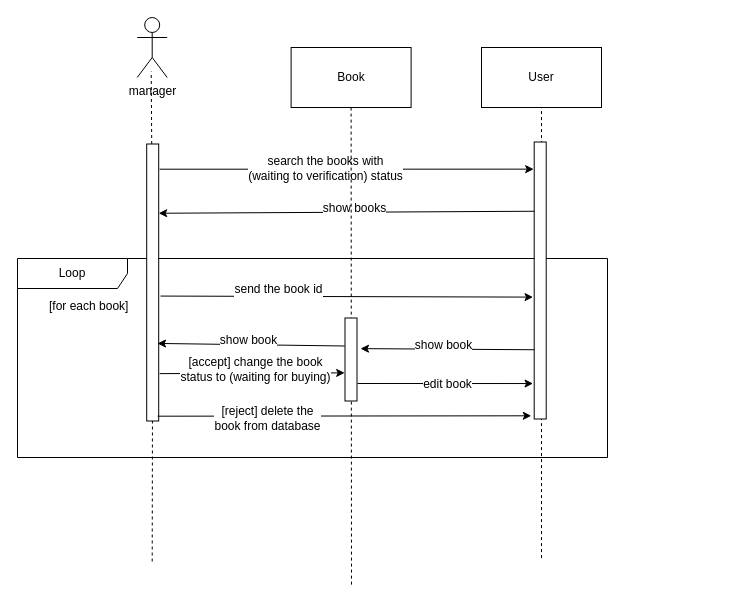
m-bassiri/HamyarApp keeps this draw.io diagram as Sequence Diagram/sequence-diagram-book-buying.drawio. Above is the earlier version. Source tidied: cells renumbered, new cells numbered last; positions are measured from the earlier drawing's top-left corner, leaving out a move shared by most shapes. Both pictures are drawn from the tidied source at 100%, with x=0, y=0 at pixel (14, 17).
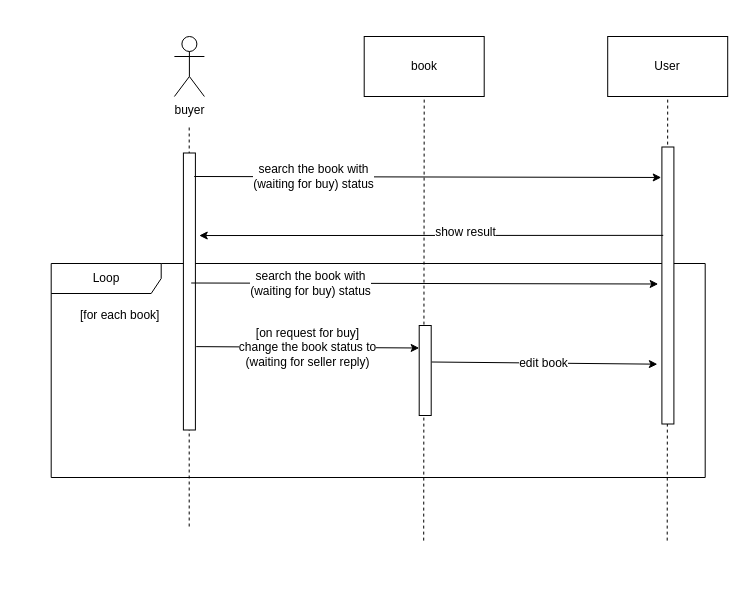
Above is the later version.

Diff of the diagram source:
```diff
@@
     <mxCell id="2" value="Loop" style="shape=umlFrame;whiteSpace=wrap;html=1;width=110;height=30;" parent="1" vertex="1">
-      <mxGeometry x="3" y="241" width="590" height="199" as="geometry" />
+      <mxGeometry x="36.7" y="246" width="654" height="214" as="geometry" />
     </mxCell>
-    <mxCell id="3" value="manager" style="shape=umlActor;verticalLabelPosition=bottom;labelBackgroundColor=#ffffff;verticalAlign=top;html=1;" parent="1" vertex="1">
-      <mxGeometry x="122.7" width="30" height="60" as="geometry" />
-    </mxCell>
-    <mxCell id="4" style="endArrow=none;dashed=1;html=1;" parent="1" edge="1" source="5">
-      <mxGeometry relative="1" as="geometry">
-        <mxPoint x="136.7" y="54" as="targetPoint" />
-      </mxGeometry>
-    </mxCell>
-    <mxCell id="5" style="rounded=0;whiteSpace=wrap;html=1;rotation=-90;" parent="1" vertex="1">
-      <mxGeometry x="-0.3" y="259" width="277" height="12" as="geometry" />
-    </mxCell>
-    <mxCell id="6" style="endArrow=none;dashed=1;html=1;" parent="1" edge="1" target="5">
-      <mxGeometry relative="1" as="geometry">
-        <mxPoint x="137.7" y="544" as="sourcePoint" />
-      </mxGeometry>
-    </mxCell>
+    <mxCell id="30" value="buyer" style="shape=umlActor;verticalLabelPosition=bottom;labelBackgroundColor=#ffffff;verticalAlign=top;html=1;" parent="1" vertex="1">
+      <mxGeometry x="159.9" y="19" width="30" height="60" as="geometry" />
+    </mxCell>
+    <mxCell id="31" style="endArrow=none;dashed=1;html=1;" parent="1" edge="1">
+      <mxGeometry relative="1" as="geometry">
+        <mxPoint x="174.7" y="509" as="sourcePoint" />
+        <mxPoint x="174.7" y="109" as="targetPoint" />
+      </mxGeometry>
+    </mxCell>
+    <mxCell id="32" value="book" style="rounded=0;whiteSpace=wrap;html=1;" parent="1" vertex="1">
+      <mxGeometry x="349.7" y="19" width="120" height="60" as="geometry" />
+    </mxCell>
+    <mxCell id="33" style="endArrow=none;dashed=1;html=1;entryX=0.5;entryY=1;entryDx=0;entryDy=0;" parent="1" edge="1" target="32">
+      <mxGeometry relative="1" as="geometry">
+        <mxPoint x="409.2" y="523.1" as="sourcePoint" />
+      </mxGeometry>
+    </mxCell>
+    <mxCell id="34" style="rounded=0;whiteSpace=wrap;html=1;rotation=-90;" parent="1" vertex="1">
+      <mxGeometry x="36.4" y="268" width="277" height="12" as="geometry" />
+    </mxCell>
+    <mxCell id="35" style="rounded=0;whiteSpace=wrap;html=1;rotation=-90;" parent="1" vertex="1">
+      <mxGeometry x="365.7" y="347" width="90" height="12" as="geometry" />
+    </mxCell>
     <mxCell id="7" value="User" style="rounded=0;whiteSpace=wrap;html=1;" parent="1" vertex="1">
-      <mxGeometry x="467" y="30" width="120" height="60" as="geometry" />
+      <mxGeometry x="593.2" y="19" width="120" height="60" as="geometry" />
     </mxCell>
-    <mxCell id="8" style="endArrow=none;dashed=1;html=1;entryX=0.5;entryY=1;entryDx=0;entryDy=0;" parent="1" edge="1" target="7">
-      <mxGeometry relative="1" as="geometry">
-        <mxPoint x="527" y="540.6" as="sourcePoint" />
-      </mxGeometry>
-    </mxCell>
-    <mxCell id="9" style="rounded=0;whiteSpace=wrap;html=1;rotation=-90;" parent="1" vertex="1">
-      <mxGeometry x="387.2" y="257" width="277" height="12" as="geometry" />
-    </mxCell>
-    <mxCell id="10" style="endArrow=classic;html=1;exitX=0.909;exitY=1.081;exitDx=0;exitDy=0;exitPerimeter=0;entryX=0.902;entryY=-0.044;entryDx=0;entryDy=0;entryPerimeter=0;" parent="1" edge="1" source="5" target="9">
-      <mxGeometry relative="1" as="geometry" />
-    </mxCell>
-    <mxCell id="11" value="search the books with &lt;br&gt;(waiting to verification)&amp;nbsp;status" style="text;html=1;align=center;verticalAlign=middle;labelBackgroundColor=#ffffff;" parent="10" vertex="1">
-      <mxGeometry x="-0.12" y="5" relative="1" as="geometry">
-        <mxPoint x="0.5" y="3.5" as="offset" />
-      </mxGeometry>
-    </mxCell>
-    <mxCell id="12" style="endArrow=classic;html=1;exitX=0.75;exitY=0;exitDx=0;exitDy=0;entryX=0.75;entryY=1;entryDx=0;entryDy=0;" parent="1" edge="1" source="9" target="5">
-      <mxGeometry relative="1" as="geometry" />
-    </mxCell>
-    <mxCell id="13" value="show books" style="text;html=1;align=center;verticalAlign=middle;labelBackgroundColor=#ffffff;" parent="12" vertex="1">
-      <mxGeometry x="-0.12" y="5" relative="1" as="geometry">
-        <mxPoint x="-15" y="-9.5" as="offset" />
-      </mxGeometry>
-    </mxCell>
-    <mxCell id="14" value="Book" style="rounded=0;whiteSpace=wrap;html=1;" parent="1" vertex="1">
-      <mxGeometry x="276.6" y="30" width="120" height="60" as="geometry" />
-    </mxCell>
-    <mxCell id="15" style="endArrow=none;dashed=1;html=1;entryX=0.5;entryY=1;entryDx=0;entryDy=0;" parent="1" edge="1" target="14">
-      <mxGeometry relative="1" as="geometry">
-        <mxPoint x="337" y="567.1" as="sourcePoint" />
-      </mxGeometry>
-    </mxCell>
+    <mxCell id="36" style="endArrow=none;dashed=1;html=1;entryX=0.5;entryY=1;entryDx=0;entryDy=0;" parent="1" edge="1" target="7">
+      <mxGeometry relative="1" as="geometry">
+        <mxPoint x="652.7" y="523.1" as="sourcePoint" />
+      </mxGeometry>
+    </mxCell>
+    <mxCell id="37" style="rounded=0;whiteSpace=wrap;html=1;rotation=-90;" parent="1" vertex="1">
+      <mxGeometry x="514.9" y="262" width="277" height="12" as="geometry" />
+    </mxCell>
+    <mxCell id="38" style="endArrow=classic;html=1;exitX=0.909;exitY=1.081;exitDx=0;exitDy=0;exitPerimeter=0;entryX=0.89;entryY=-0.056;entryDx=0;entryDy=0;entryPerimeter=0;" parent="1" edge="1" target="37">
+      <mxGeometry relative="1" as="geometry">
+        <mxPoint x="179.7" y="159" as="sourcePoint" />
+      </mxGeometry>
+    </mxCell>
+    <mxCell id="39" value="search the book with &lt;br&gt;(waiting for buy)&amp;nbsp;status" style="text;html=1;align=center;verticalAlign=middle;labelBackgroundColor=#ffffff;" parent="38" vertex="1">
+      <mxGeometry x="-0.12" y="5" relative="1" as="geometry">
+        <mxPoint x="-86" y="4.5" as="offset" />
+      </mxGeometry>
+    </mxCell>
+    <mxCell id="40" style="endArrow=classic;html=1;entryX=0.702;entryY=1.319;entryDx=0;entryDy=0;entryPerimeter=0;exitX=0.681;exitY=0.111;exitDx=0;exitDy=0;exitPerimeter=0;" parent="1" edge="1" source="37" target="34">
+      <mxGeometry relative="1" as="geometry" />
+    </mxCell>
+    <mxCell id="41" value="show result" style="text;html=1;align=center;verticalAlign=middle;labelBackgroundColor=#ffffff;" parent="40" vertex="1">
+      <mxGeometry x="-0.12" y="5" relative="1" as="geometry">
+        <mxPoint x="6" y="-8" as="offset" />
+      </mxGeometry>
+    </mxCell>
+    <mxCell id="42" style="endArrow=classic;html=1;exitX=0.909;exitY=1.081;exitDx=0;exitDy=0;exitPerimeter=0;entryX=0.89;entryY=-0.056;entryDx=0;entryDy=0;entryPerimeter=0;" parent="1" edge="1">
+      <mxGeometry relative="1" as="geometry">
+        <mxPoint x="176.7" y="265.5" as="sourcePoint" />
+        <mxPoint x="643.7" y="266.5" as="targetPoint" />
+      </mxGeometry>
+    </mxCell>
+    <mxCell id="43" value="search the book with &lt;br&gt;(waiting for buy)&amp;nbsp;status" style="text;html=1;align=center;verticalAlign=middle;labelBackgroundColor=#ffffff;" parent="42" vertex="1">
+      <mxGeometry x="-0.12" y="5" relative="1" as="geometry">
+        <mxPoint x="-86" y="4.5" as="offset" />
+      </mxGeometry>
+    </mxCell>
     <mxCell id="16" value="[for each book]" style="text;html=1;align=left;verticalAlign=top;spacingTop=-4;" parent="1" vertex="1">
-      <mxGeometry x="32.5" y="279" width="90" height="20" as="geometry" />
+      <mxGeometry x="63.7" y="288" width="90" height="20" as="geometry" />
     </mxCell>
-    <mxCell id="17" style="endArrow=classic;html=1;exitX=0.451;exitY=1.153;exitDx=0;exitDy=0;entryX=0.44;entryY=-0.097;entryDx=0;entryDy=0;entryPerimeter=0;exitPerimeter=0;" parent="1" edge="1" source="5" target="9">
-      <mxGeometry relative="1" as="geometry" />
-    </mxCell>
-    <mxCell id="18" value="send the book id" style="text;html=1;align=center;verticalAlign=middle;labelBackgroundColor=#ffffff;" parent="17" vertex="1">
-      <mxGeometry x="-0.12" y="5" relative="1" as="geometry">
-        <mxPoint x="-47" y="-3" as="offset" />
-      </mxGeometry>
-    </mxCell>
-    <mxCell id="19" style="rounded=0;whiteSpace=wrap;html=1;rotation=-90;" parent="1" vertex="1">
-      <mxGeometry x="295" y="336" width="83" height="12" as="geometry" />
-    </mxCell>
-    <mxCell id="20" style="endArrow=classic;html=1;exitX=0.25;exitY=0;exitDx=0;exitDy=0;entryX=0.631;entryY=1.292;entryDx=0;entryDy=0;entryPerimeter=0;" parent="1" edge="1" source="9" target="19">
-      <mxGeometry relative="1" as="geometry" />
-    </mxCell>
-    <mxCell id="21" value="show book&lt;br&gt;" style="text;html=1;align=center;verticalAlign=middle;labelBackgroundColor=#ffffff;" parent="20" vertex="1">
-      <mxGeometry x="-0.12" y="5" relative="1" as="geometry">
-        <mxPoint x="-15" y="-9.5" as="offset" />
-      </mxGeometry>
-    </mxCell>
-    <mxCell id="22" style="endArrow=classic;html=1;exitX=0.25;exitY=0;exitDx=0;exitDy=0;entryX=0.28;entryY=0.903;entryDx=0;entryDy=0;entryPerimeter=0;" parent="1" edge="1" target="5">
-      <mxGeometry relative="1" as="geometry">
-        <mxPoint x="330.3" y="328.5" as="sourcePoint" />
-      </mxGeometry>
-    </mxCell>
-    <mxCell id="23" value="show book&lt;br&gt;" style="text;html=1;align=center;verticalAlign=middle;labelBackgroundColor=#ffffff;" parent="22" vertex="1">
-      <mxGeometry x="-0.12" y="5" relative="1" as="geometry">
-        <mxPoint x="-15" y="-9.5" as="offset" />
-      </mxGeometry>
-    </mxCell>
-    <mxCell id="24" style="endArrow=classic;html=1;exitX=0.171;exitY=1.083;exitDx=0;exitDy=0;entryX=0.339;entryY=-0.028;entryDx=0;entryDy=0;entryPerimeter=0;exitPerimeter=0;" parent="1" edge="1" source="5" target="19">
-      <mxGeometry relative="1" as="geometry" />
-    </mxCell>
-    <mxCell id="25" value="[accept] change the book&lt;br&gt;status to (waiting for buying)&lt;br&gt;" style="text;html=1;align=center;verticalAlign=middle;labelBackgroundColor=#ffffff;" parent="24" vertex="1">
-      <mxGeometry x="-0.12" y="5" relative="1" as="geometry">
-        <mxPoint x="14" y="0.5" as="offset" />
-      </mxGeometry>
-    </mxCell>
-    <mxCell id="26" style="endArrow=classic;html=1;entryX=0.128;entryY=-0.097;entryDx=0;entryDy=0;entryPerimeter=0;" parent="1" edge="1" target="9">
-      <mxGeometry relative="1" as="geometry">
-        <mxPoint x="343" y="366" as="sourcePoint" />
-      </mxGeometry>
-    </mxCell>
+    <mxCell id="44" style="endArrow=classic;html=1;entryX=0.75;entryY=0;entryDx=0;entryDy=0;exitX=0.301;exitY=1.069;exitDx=0;exitDy=0;exitPerimeter=0;" parent="1" edge="1" source="34" target="35">
+      <mxGeometry relative="1" as="geometry" />
+    </mxCell>
+    <mxCell id="45" value="[on request for buy]&lt;br&gt;change the book status to&lt;br&gt;(waiting for seller reply)&lt;br&gt;" style="text;html=1;align=center;verticalAlign=middle;labelBackgroundColor=#ffffff;" parent="44" vertex="1">
+      <mxGeometry x="-0.12" y="5" relative="1" as="geometry">
+        <mxPoint x="12.5" y="5" as="offset" />
+      </mxGeometry>
+    </mxCell>
+    <mxCell id="46" style="endArrow=classic;html=1;entryX=0.216;entryY=-0.377;entryDx=0;entryDy=0;entryPerimeter=0;" parent="1" edge="1" target="37">
+      <mxGeometry relative="1" as="geometry">
+        <mxPoint x="417.2" y="344.5" as="sourcePoint" />
+      </mxGeometry>
+    </mxCell>
-    <mxCell id="27" value="edit book&lt;br&gt;" style="text;html=1;align=center;verticalAlign=middle;labelBackgroundColor=#ffffff;" parent="26" vertex="1">
+    <mxCell id="27" value="edit book&lt;br&gt;" style="text;html=1;align=center;verticalAlign=middle;labelBackgroundColor=#ffffff;" parent="46" vertex="1">
       <mxGeometry x="-0.12" y="5" relative="1" as="geometry">
         <mxPoint x="12.5" y="5" as="offset" />
       </mxGeometry>
     </mxCell>
-    <mxCell id="28" style="endArrow=classic;html=1;exitX=0.171;exitY=1.083;exitDx=0;exitDy=0;entryX=0.04;entryY=-0.236;entryDx=0;entryDy=0;entryPerimeter=0;exitPerimeter=0;" parent="1" edge="1">
-      <mxGeometry relative="1" as="geometry">
-        <mxPoint x="143.2" y="398.7" as="sourcePoint" />
-        <mxPoint x="516.8" y="398.3" as="targetPoint" />
-      </mxGeometry>
-    </mxCell>
-    <mxCell id="29" value="[reject] delete the &lt;br&gt;book from database&lt;br&gt;" style="text;html=1;align=center;verticalAlign=middle;labelBackgroundColor=#ffffff;" parent="28" vertex="1">
-      <mxGeometry x="-0.12" y="5" relative="1" as="geometry">
-        <mxPoint x="-55" y="6.5" as="offset" />
-      </mxGeometry>
-    </mxCell>
```
